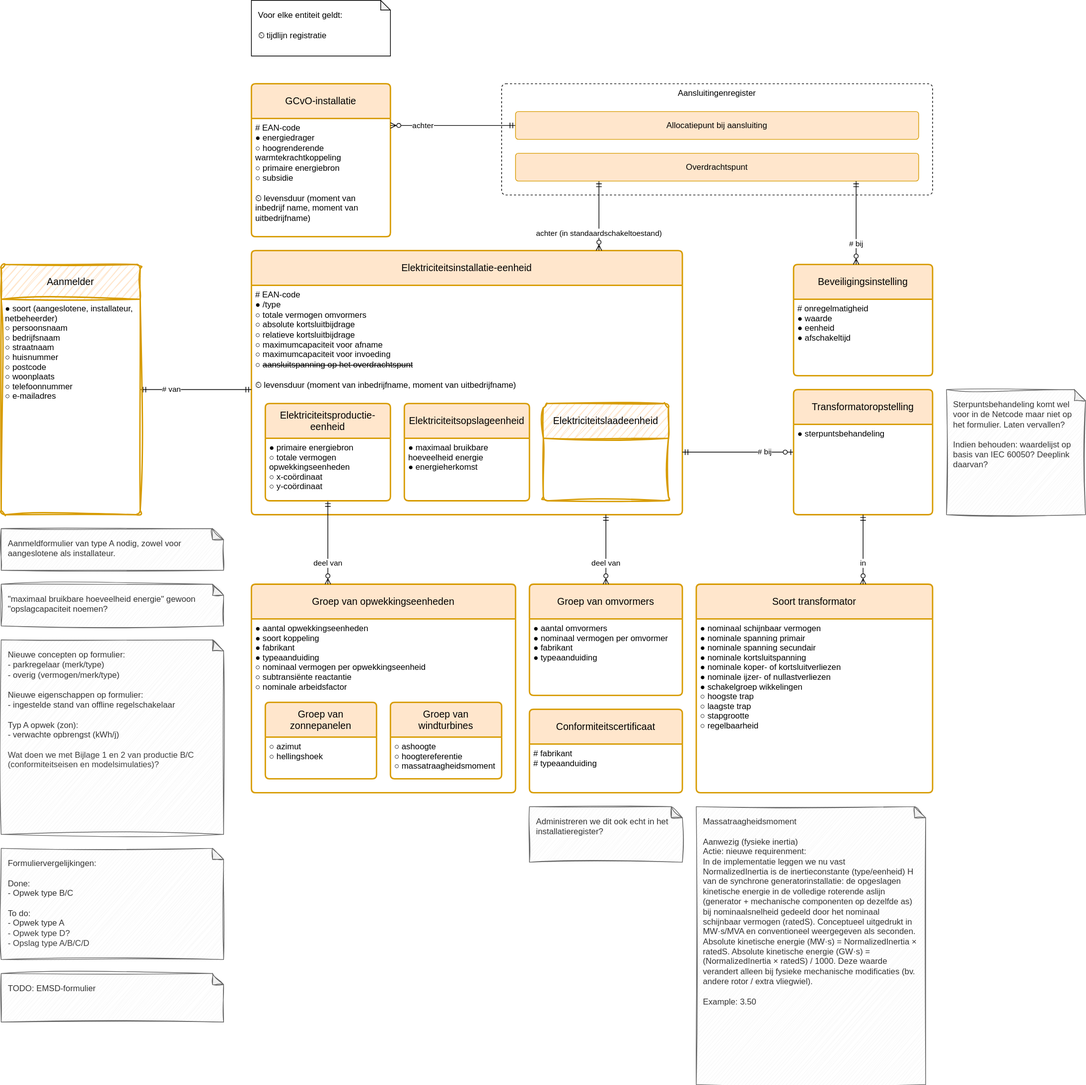
Earlier version of the draw.io export registers/installatieregister/1.0/installatieregister.drawio.svg (Netbeheer-Nederland/stelsel). Source tidied: cells renumbered, new cells last; positions are measured from the earlier drawing's top-left corner, leaving out a move shared by most shapes.
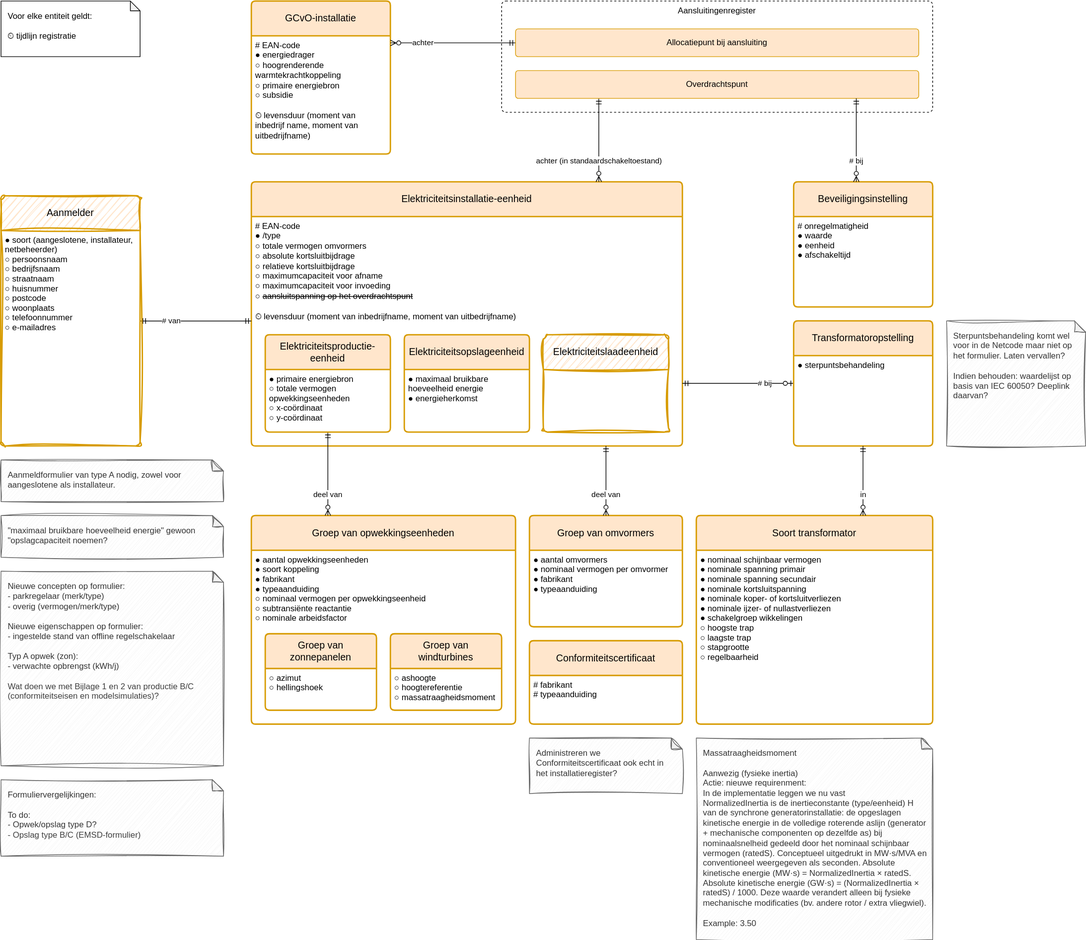
The same diagram one commit later.

Commit message:
Gaps uit Excel nu echt verwerkt (misschien)

The edit, as a diff of the source:
```diff
@@ -3,10 +3,10 @@
     <mxCell id="0" />
     <mxCell id="1" parent="0" />
     <mxCell id="2" value="Aansluitingenregister" style="rounded=1;whiteSpace=wrap;html=1;dashed=1;verticalAlign=top;arcSize=12;absoluteArcSize=1;" parent="1" vertex="1">
-      <mxGeometry x="720" y="120" width="620" height="160" as="geometry" />
+      <mxGeometry x="720" y="100" width="620" height="160" as="geometry" />
     </mxCell>
     <mxCell id="3" value="GCvO-installatie" style="swimlane;horizontal=1;startSize=50;rounded=1;fontSize=14;fontStyle=0;strokeWidth=2;shadow=0;dashed=0;align=center;arcSize=4;fillColor=#ffe6cc;strokeColor=#d79b00;whiteSpace=wrap;html=1;spacing=10;" parent="1" vertex="1">
-      <mxGeometry x="360" y="120" width="200" height="220" as="geometry" />
+      <mxGeometry x="360" y="100" width="200" height="220" as="geometry" />
     </mxCell>
     <mxCell id="4" value="# EAN-code&lt;br&gt;● energiedrager&lt;br&gt;○&amp;nbsp;hoogrenderende&lt;div&gt;&amp;nbsp; &amp;nbsp;warmtekrachtkoppeling&lt;br&gt;○ primaire energiebron&lt;br&gt;&lt;div&gt;○ subsidie&lt;br&gt;&lt;br&gt;⏲&amp;nbsp;levensduur&amp;nbsp;&lt;span style=&quot;background-color: initial; color: light-dark(rgb(0, 0, 0), rgb(255, 255, 255));&quot;&gt;(moment&amp;nbsp;&lt;/span&gt;&lt;span style=&quot;background-color: initial; color: light-dark(rgb(0, 0, 0), rgb(255, 255, 255));&quot;&gt;van&lt;/span&gt;&lt;/div&gt;&lt;div&gt;&lt;span style=&quot;background-color: initial; color: light-dark(rgb(0, 0, 0), rgb(255, 255, 255));&quot;&gt;&amp;nbsp; &amp;nbsp; &amp;nbsp;inbedrijf&lt;/span&gt;&lt;span style=&quot;background-color: initial; color: light-dark(rgb(0, 0, 0), rgb(255, 255, 255));&quot;&gt;name,&amp;nbsp;&lt;/span&gt;&lt;span style=&quot;background-color: initial;&quot;&gt;moment&lt;/span&gt;&lt;span style=&quot;background-color: initial;&quot;&gt;&amp;nbsp;van&lt;/span&gt;&lt;/div&gt;&lt;div&gt;&lt;span style=&quot;background-color: initial;&quot;&gt;&amp;nbsp; &amp;nbsp; &amp;nbsp;&lt;/span&gt;&lt;span style=&quot;background-color: initial;&quot;&gt;uitbedrijfname)&lt;/span&gt;&lt;/div&gt;&lt;/div&gt;" style="align=left;strokeColor=none;fillColor=none;spacingLeft=4;fontSize=12;verticalAlign=top;html=1;" parent="3" vertex="1">
       <mxGeometry y="50" width="200" height="170" as="geometry" />
@@ -54,7 +54,7 @@
       <mxGeometry x="-0.5" relative="1" as="geometry" />
     </mxCell>
     <mxCell id="19" value="Overdrachtspunt" style="rounded=1;arcSize=10;whiteSpace=wrap;html=1;align=center;fillColor=#ffe6cc;strokeColor=#d79b00;" parent="1" vertex="1">
-      <mxGeometry x="740" y="220" width="580" height="40" as="geometry" />
+      <mxGeometry x="740" y="200" width="580" height="40" as="geometry" />
     </mxCell>
     <mxCell id="20" value="Conformiteitscertificaat" style="swimlane;horizontal=1;startSize=50;rounded=1;fontSize=14;fontStyle=0;strokeWidth=2;shadow=0;dashed=0;align=center;fillColor=#ffe6cc;strokeColor=#d79b00;arcSize=4;whiteSpace=wrap;html=1;spacing=10;" parent="1" vertex="1">
       <mxGeometry x="760" y="1020" width="220" height="120" as="geometry" />
@@ -63,13 +63,13 @@
       <mxGeometry y="50" width="220" height="70" as="geometry" />
     </mxCell>
     <mxCell id="22" value="Allocatiepunt bij aansluiting" style="rounded=1;arcSize=10;whiteSpace=wrap;html=1;align=center;fillColor=#ffe6cc;strokeColor=#d79b00;" parent="1" vertex="1">
-      <mxGeometry x="740" y="160" width="580" height="40" as="geometry" />
+      <mxGeometry x="740" y="140" width="580" height="40" as="geometry" />
     </mxCell>
     <mxCell id="23" value="Beveiligingsinstelling" style="swimlane;horizontal=1;startSize=50;rounded=1;fontSize=14;fontStyle=0;strokeWidth=2;shadow=0;dashed=0;align=center;fillColor=#ffe6cc;strokeColor=#d79b00;arcSize=4;whiteSpace=wrap;html=1;spacing=10;" parent="1" vertex="1">
-      <mxGeometry x="1140" y="380" width="200" height="160" as="geometry" />
+      <mxGeometry x="1140" y="360" width="200" height="180" as="geometry" />
     </mxCell>
     <mxCell id="24" value="# onregelmatigheid&#10;● waarde&#10;● eenheid&#10;● afschakeltijd" style="align=left;strokeColor=none;fillColor=none;spacingLeft=4;fontSize=12;verticalAlign=top;" parent="23" vertex="1">
-      <mxGeometry y="50" width="200" height="110" as="geometry" />
+      <mxGeometry y="50" width="200" height="130" as="geometry" />
     </mxCell>
     <mxCell id="25" value="# bij" style="endArrow=ERzeroToMany;html=1;rounded=0;startArrow=ERmandOne;startFill=0;endFill=0;align=center;edgeStyle=elbowEdgeStyle;" parent="1" edge="1" source="19" target="23">
       <mxGeometry x="0.5" relative="1" as="geometry" />
@@ -111,7 +111,7 @@
       <mxGeometry y="50" width="180" height="90" as="geometry" />
     </mxCell>
     <mxCell id="38" value="Voor elke entiteit geldt:&lt;div&gt;&lt;br&gt;&lt;/div&gt;&lt;div&gt;&lt;span style=&quot;text-wrap-mode: nowrap;&quot;&gt;⏲ tijdlijn registratie&lt;/span&gt;&lt;/div&gt;" style="shape=note;whiteSpace=wrap;html=1;backgroundOutline=1;darkOpacity=0.05;align=left;spacing=10;size=14;verticalAlign=top;" parent="1" vertex="1">
-      <mxGeometry x="360" width="200" height="80" as="geometry" />
+      <mxGeometry y="100" width="200" height="80" as="geometry" />
     </mxCell>
     <mxCell id="39" value="# van" style="edgeStyle=elbowEdgeStyle;html=1;elbow=vertical;endArrow=ERmandOne;endFill=0;startArrow=ERmandOne;startFill=0;align=left;" parent="1" edge="1" source="40" target="6">
       <mxGeometry x="-0.62" relative="1" as="geometry" />
@@ -129,7 +129,7 @@
       <mxGeometry x="1360" y="560" width="200" height="180" as="geometry" />
     </mxCell>
     <mxCell id="44" value="&lt;div&gt;&lt;font color=&quot;#333333&quot;&gt;Massatraagheidsmoment&lt;/font&gt;&lt;/div&gt;&lt;div&gt;&lt;font color=&quot;#333333&quot;&gt;&lt;br&gt;&lt;/font&gt;&lt;/div&gt;&lt;div&gt;&lt;font color=&quot;#333333&quot;&gt;Aanwezig (fysieke inertia)&lt;/font&gt;&lt;/div&gt;&lt;div&gt;&lt;font color=&quot;#333333&quot;&gt;Actie: nieuwe requirenment:&lt;/font&gt;&lt;/div&gt;&lt;div&gt;&lt;font color=&quot;#333333&quot;&gt;In de implementatie leggen we nu vast&lt;/font&gt;&lt;/div&gt;&lt;div&gt;&lt;font color=&quot;#333333&quot;&gt;NormalizedInertia is de inertieconstante (type/eenheid) H van de synchrone generatorinstallatie: de opgeslagen kinetische energie in de volledige roterende aslijn (generator + mechanische componenten op dezelfde as) bij nominaalsnelheid gedeeld door het nominaal schijnbaar vermogen (ratedS). Conceptueel uitgedrukt in MW·s/MVA en conventioneel weergegeven als seconden. Absolute kinetische energie (MW·s) = NormalizedInertia × ratedS. Absolute kinetische energie (GW·s) = (NormalizedInertia × ratedS) / 1000. Deze waarde verandert alleen bij fysieke mechanische modificaties (bv. andere rotor / extra vliegwiel).&lt;/font&gt;&lt;/div&gt;&lt;div&gt;&lt;font color=&quot;#333333&quot;&gt;&lt;br&gt;&lt;/font&gt;&lt;/div&gt;&lt;div&gt;&lt;font color=&quot;#333333&quot;&gt;Example: 3.50&lt;/font&gt;&lt;/div&gt;" style="shape=note;whiteSpace=wrap;html=1;backgroundOutline=1;darkOpacity=0.05;sketch=1;curveFitting=1;jiggle=2;fillColor=#f5f5f5;fontColor=#333333;strokeColor=#666666;spacing=10;verticalAlign=top;align=left;size=16;" parent="1" vertex="1">
-      <mxGeometry x="1000" y="1160" width="330" height="400" as="geometry" />
+      <mxGeometry x="1000" y="1160" width="340" height="290" as="geometry" />
     </mxCell>
     <mxCell id="45" value="&quot;maximaal bruikbare hoeveelheid energie&quot; gewoon &quot;opslagcapaciteit noemen?" style="shape=note;whiteSpace=wrap;html=1;backgroundOutline=1;darkOpacity=0.05;sketch=1;curveFitting=1;jiggle=2;fillColor=#f5f5f5;fontColor=#333333;strokeColor=#666666;spacing=10;verticalAlign=top;align=left;size=16;" parent="1" vertex="1">
       <mxGeometry y="840" width="320" height="60" as="geometry" />
@@ -137,14 +137,11 @@
     <mxCell id="46" value="Nieuwe concepten op formulier:&lt;div&gt;- parkregelaar (merk/type)&lt;/div&gt;&lt;div&gt;- overig (vermogen/merk/type)&lt;/div&gt;&lt;div&gt;&lt;br&gt;&lt;/div&gt;&lt;div&gt;Nieuwe eigenschappen op formulier:&lt;/div&gt;&lt;div&gt;- ingestelde stand van offline regelschakelaar&lt;/div&gt;&lt;div&gt;&lt;br&gt;&lt;/div&gt;&lt;div&gt;Typ A opwek (zon):&lt;/div&gt;&lt;div&gt;- verwachte opbrengst (kWh/j)&lt;/div&gt;&lt;div&gt;&lt;br&gt;&lt;/div&gt;&lt;div&gt;&lt;span style=&quot;color: rgb(63, 63, 63); background-color: transparent;&quot;&gt;Wat doen we met Bijlage 1 en 2 van productie B/C (conformiteitseisen en modelsimulaties)?&lt;/span&gt;&lt;/div&gt;" style="shape=note;whiteSpace=wrap;html=1;backgroundOutline=1;darkOpacity=0.05;sketch=1;curveFitting=1;jiggle=2;fillColor=#f5f5f5;fontColor=#333333;strokeColor=#666666;spacing=10;verticalAlign=top;align=left;size=16;" parent="1" vertex="1">
       <mxGeometry y="920" width="320" height="280" as="geometry" />
     </mxCell>
-    <mxCell id="47" value="Administreren we dit ook echt in het installatieregister?" style="shape=note;whiteSpace=wrap;html=1;backgroundOutline=1;darkOpacity=0.05;sketch=1;curveFitting=1;jiggle=2;fillColor=#f5f5f5;fontColor=#333333;strokeColor=#666666;spacing=10;verticalAlign=top;align=left;size=16;" parent="1" vertex="1">
+    <mxCell id="47" value="Administreren we Conformiteitscertificaat ook echt in het installatieregister?" style="shape=note;whiteSpace=wrap;html=1;backgroundOutline=1;darkOpacity=0.05;sketch=1;curveFitting=1;jiggle=2;fillColor=#f5f5f5;fontColor=#333333;strokeColor=#666666;spacing=10;verticalAlign=top;align=left;size=16;" parent="1" vertex="1">
       <mxGeometry x="760" y="1160" width="220" height="80" as="geometry" />
     </mxCell>
-    <mxCell id="48" value="&lt;div&gt;Formuliervergelijkingen:&lt;/div&gt;&lt;div&gt;&lt;br&gt;&lt;/div&gt;Done:&lt;div&gt;- Opwek type B/C&lt;/div&gt;&lt;div&gt;&lt;br&gt;&lt;/div&gt;&lt;div&gt;To do:&lt;/div&gt;&lt;div&gt;- Opwek type A&lt;/div&gt;&lt;div&gt;&lt;span style=&quot;color: rgb(63, 63, 63); background-color: transparent;&quot;&gt;- Opwek type D?&lt;/span&gt;&lt;/div&gt;&lt;div&gt;&lt;div style=&quot;color: rgb(63, 63, 63); scrollbar-color: rgb(226, 226, 226) rgb(251, 251, 251);&quot;&gt;- Opslag type A/B/C/D&lt;/div&gt;&lt;/div&gt;&lt;div style=&quot;color: rgb(63, 63, 63); scrollbar-color: rgb(226, 226, 226) rgb(251, 251, 251);&quot;&gt;&lt;br&gt;&lt;/div&gt;" style="shape=note;whiteSpace=wrap;html=1;backgroundOutline=1;darkOpacity=0.05;sketch=1;curveFitting=1;jiggle=2;fillColor=#f5f5f5;fontColor=#333333;strokeColor=#666666;spacing=10;verticalAlign=top;align=left;size=16;" parent="1" vertex="1">
-      <mxGeometry y="1220" width="320" height="160" as="geometry" />
+    <mxCell id="48" value="&lt;div&gt;Formuliervergelijkingen:&lt;/div&gt;&lt;div&gt;&lt;br&gt;&lt;/div&gt;&lt;div&gt;To do:&lt;/div&gt;&lt;div&gt;&lt;span style=&quot;background-color: transparent;&quot;&gt;- Opwek/opslag type D?&lt;/span&gt;&lt;/div&gt;&lt;div&gt;&lt;div style=&quot;color: rgb(63, 63, 63); scrollbar-color: rgb(226, 226, 226) rgb(251, 251, 251);&quot;&gt;- Opslag type B/C (EMSD-formulier)&lt;/div&gt;&lt;/div&gt;" style="shape=note;whiteSpace=wrap;html=1;backgroundOutline=1;darkOpacity=0.05;sketch=1;curveFitting=1;jiggle=2;fillColor=#f5f5f5;fontColor=#333333;strokeColor=#666666;spacing=10;verticalAlign=top;align=left;size=16;" parent="1" vertex="1">
+      <mxGeometry y="1220" width="320" height="110" as="geometry" />
     </mxCell>
-    <mxCell id="49" value="TODO: EMSD-formulier" style="shape=note;whiteSpace=wrap;html=1;backgroundOutline=1;darkOpacity=0.05;spacing=10;verticalAlign=top;align=left;size=16;fillColor=#f5f5f5;fontColor=#333333;strokeColor=#666666;sketch=1;curveFitting=1;jiggle=2;" parent="1" vertex="1">
-      <mxGeometry y="1400" width="320" height="70" as="geometry" />
-    </mxCell>
   </root>
 </mxGraphModel>
```
